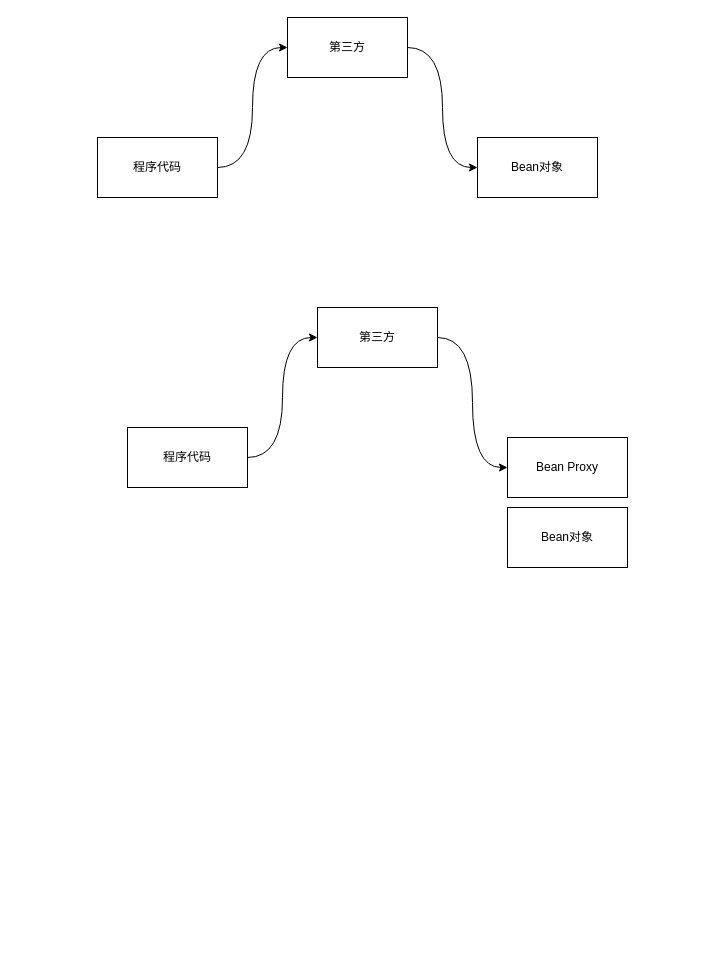
This is Spring学习笔记.drawio from qw-null/drawio, a draw.io file, before an edit. Source tidied: cells renumbered, new cells numbered last; positions are measured from the earlier drawing's top-left corner, leaving out a move shared by most shapes. Both pictures are drawn from the tidied source at 100%, with x=0, y=0 at pixel (97, 17).
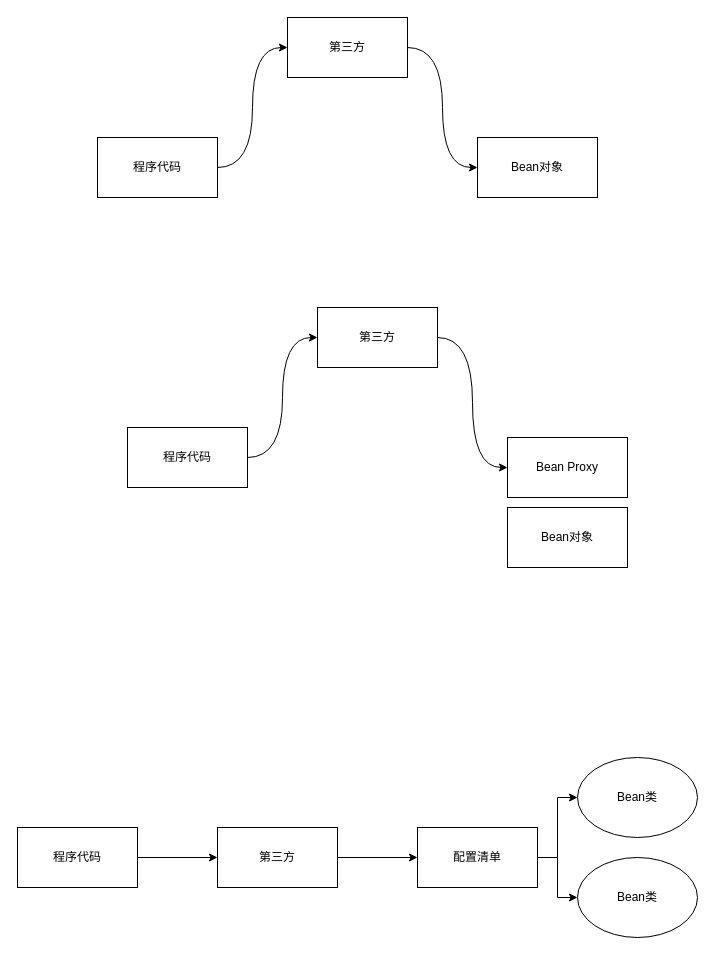
Above is the later version.

Commit message:
更新Spring学习笔记.drawio

Change to the diagram source:
```diff
@@
+    <mxCell id="13" style="edgeStyle=orthogonalEdgeStyle;rounded=0;jettySize=auto;html=1;" parent="1" edge="1" source="14" target="16">
+      <mxGeometry relative="1" as="geometry" />
+    </mxCell>
+    <mxCell id="14" value="程序代码" style="rounded=0;whiteSpace=wrap;html=1;" parent="1" vertex="1">
+      <mxGeometry x="-80" y="810" width="120" height="60" as="geometry" />
+    </mxCell>
+    <mxCell id="15" style="edgeStyle=orthogonalEdgeStyle;rounded=0;jettySize=auto;html=1;" parent="1" edge="1" source="16" target="19">
+      <mxGeometry relative="1" as="geometry" />
+    </mxCell>
+    <mxCell id="16" value="第三方" style="rounded=0;whiteSpace=wrap;html=1;" parent="1" vertex="1">
+      <mxGeometry x="120" y="810" width="120" height="60" as="geometry" />
+    </mxCell>
+    <mxCell id="17" style="edgeStyle=orthogonalEdgeStyle;rounded=0;jettySize=auto;html=1;" parent="1" edge="1" source="19" target="21">
+      <mxGeometry relative="1" as="geometry" />
+    </mxCell>
+    <mxCell id="18" style="edgeStyle=orthogonalEdgeStyle;rounded=0;jettySize=auto;html=1;" parent="1" edge="1" source="19" target="20">
+      <mxGeometry relative="1" as="geometry" />
+    </mxCell>
+    <mxCell id="19" value="配置清单" style="rounded=0;whiteSpace=wrap;html=1;" parent="1" vertex="1">
+      <mxGeometry x="320" y="810" width="120" height="60" as="geometry" />
+    </mxCell>
+    <mxCell id="20" value="Bean类" style="ellipse;whiteSpace=wrap;html=1;" parent="1" vertex="1">
+      <mxGeometry x="480" y="740" width="120" height="80" as="geometry" />
+    </mxCell>
+    <mxCell id="21" value="Bean类" style="ellipse;whiteSpace=wrap;html=1;" parent="1" vertex="1">
+      <mxGeometry x="480" y="840" width="120" height="80" as="geometry" />
+    </mxCell>
```
